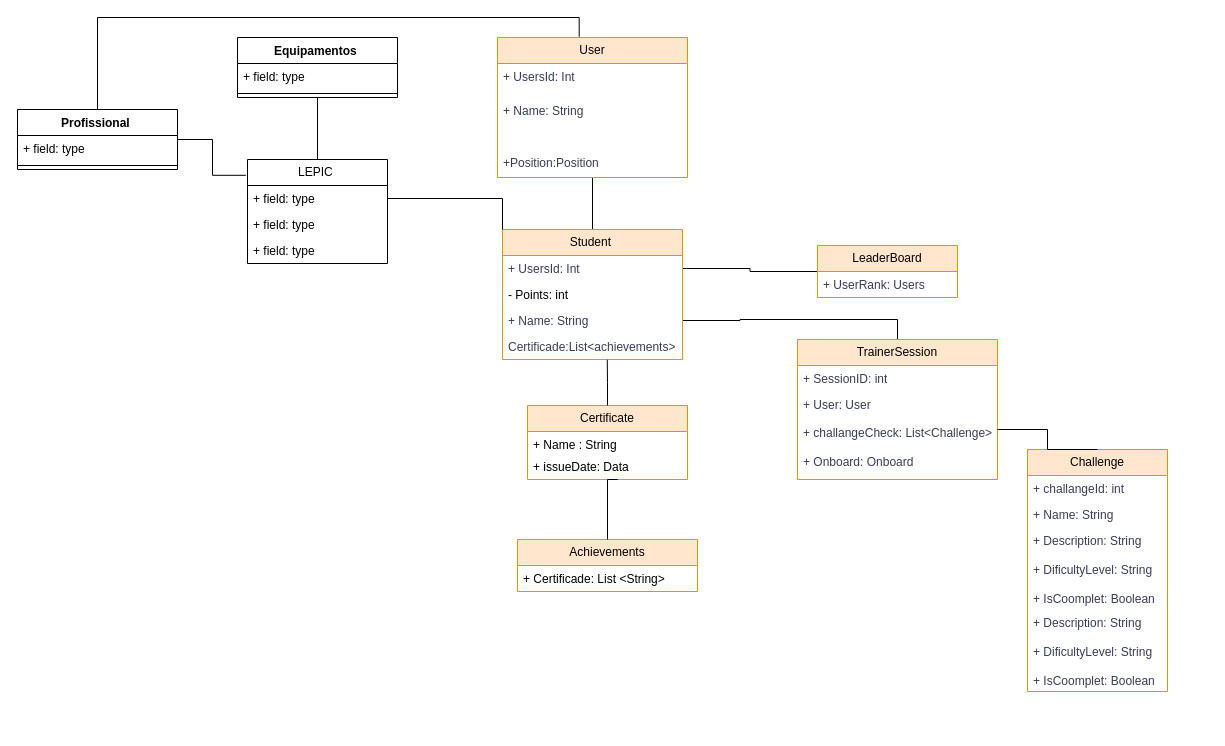
The draw.io diagram src/Model/doc/UML_fiap.drawio in DevCodeMathias/Fiap_challange-2024, before the edit. Source tidied: cells renumbered, new cells numbered last; positions are measured from the earlier drawing's top-left corner, leaving out a move shared by most shapes. Both pictures are drawn from the tidied source at 100%, with x=0, y=0 at pixel (17, 17).
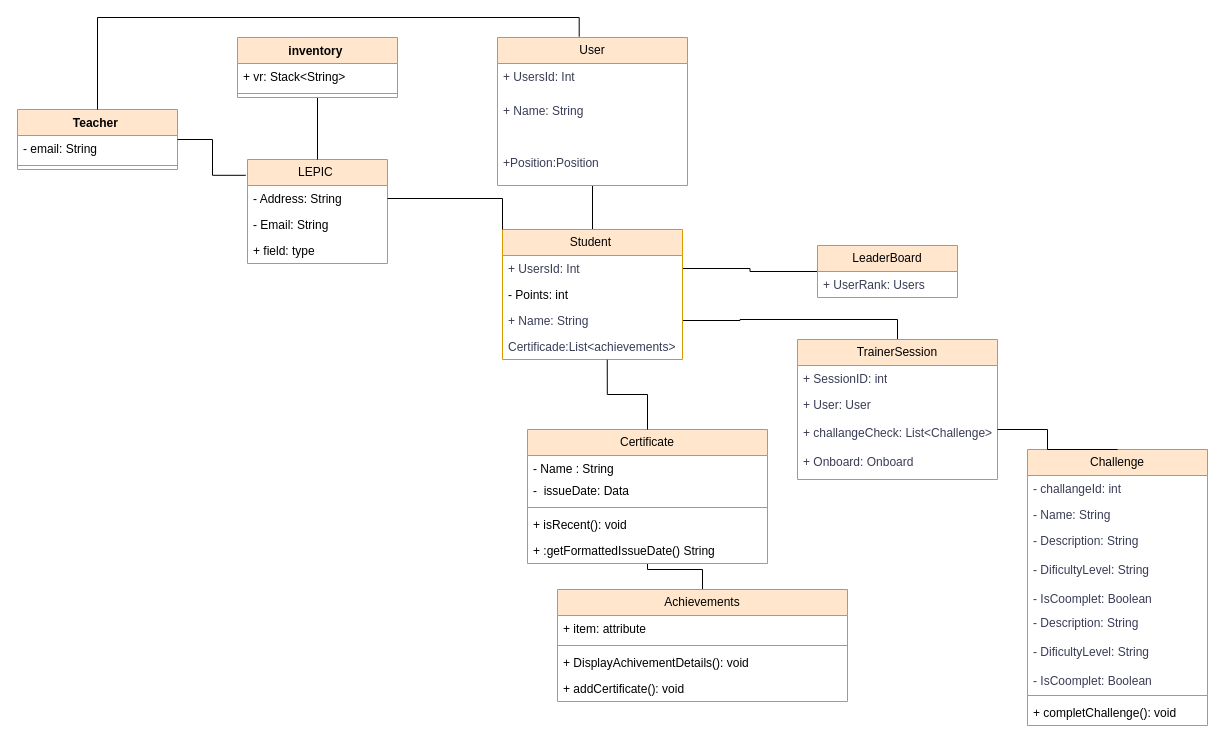
After the change.

Change to the diagram source:
```diff
@@
     <mxCell id="3" value="User" style="swimlane;fontStyle=0;horizontal=1;startSize=26;fillColor=#ffe6cc;whiteSpace=wrap;html=1;labelBackgroundColor=none;strokeColor=#d79b00;" parent="1" vertex="1">
-      <mxGeometry x="480" y="20" width="190" height="140" as="geometry" />
+      <mxGeometry x="480" y="20" width="190" height="148" as="geometry" />
     </mxCell>
@@
     <mxCell id="6" value="&lt;div&gt;&lt;br&gt;&lt;/div&gt;&lt;div&gt;&lt;div&gt;+Position:Position&lt;/div&gt;&lt;/div&gt;" style="text;strokeColor=none;fillColor=none;align=left;verticalAlign=top;spacingLeft=4;spacingRight=4;overflow=hidden;whiteSpace=wrap;html=1;labelBackgroundColor=none;fontColor=#393C56;" parent="3" vertex="1">
-      <mxGeometry y="98" width="190" height="42" as="geometry" />
+      <mxGeometry y="98" width="190" height="50" as="geometry" />
     </mxCell>
@@
     <mxCell id="15" value="Challenge" style="swimlane;fontStyle=0;horizontal=1;startSize=26;fillColor=#ffe6cc;whiteSpace=wrap;html=1;labelBackgroundColor=none;strokeColor=#d79b00;" parent="1" vertex="1">
-      <mxGeometry x="1010" y="432" width="140" height="242" as="geometry" />
+      <mxGeometry x="1010" y="432" width="180" height="276" as="geometry" />
     </mxCell>
-    <mxCell id="16" value="+ challangeId: int" style="text;strokeColor=none;fillColor=none;align=left;verticalAlign=top;spacingLeft=4;spacingRight=4;overflow=hidden;whiteSpace=wrap;html=1;labelBackgroundColor=none;fontColor=#393C56;" parent="15" vertex="1">
-      <mxGeometry y="26" width="140" height="26" as="geometry" />
+    <mxCell id="16" value="- challangeId: int" style="text;strokeColor=none;fillColor=none;align=left;verticalAlign=top;spacingLeft=4;spacingRight=4;overflow=hidden;whiteSpace=wrap;html=1;labelBackgroundColor=none;fontColor=#393C56;" parent="15" vertex="1">
+      <mxGeometry y="26" width="180" height="26" as="geometry" />
     </mxCell>
-    <mxCell id="17" value="+ Name: String" style="text;strokeColor=none;fillColor=none;align=left;verticalAlign=top;spacingLeft=4;spacingRight=4;overflow=hidden;whiteSpace=wrap;html=1;labelBackgroundColor=none;fontColor=#393C56;" parent="15" vertex="1">
-      <mxGeometry y="52" width="140" height="26" as="geometry" />
+    <mxCell id="17" value="- Name: String" style="text;strokeColor=none;fillColor=none;align=left;verticalAlign=top;spacingLeft=4;spacingRight=4;overflow=hidden;whiteSpace=wrap;html=1;labelBackgroundColor=none;fontColor=#393C56;" parent="15" vertex="1">
+      <mxGeometry y="52" width="180" height="26" as="geometry" />
     </mxCell>
-    <mxCell id="18" value="+ Description: String&lt;div&gt;&lt;br&gt;&lt;/div&gt;&lt;div&gt;+ DificultyLevel: String&lt;br&gt;&lt;/div&gt;&lt;div&gt;&lt;br&gt;&lt;/div&gt;&lt;div&gt;+ IsCoomplet: Boolean&lt;br&gt;&lt;/div&gt;" style="text;strokeColor=none;fillColor=none;align=left;verticalAlign=top;spacingLeft=4;spacingRight=4;overflow=hidden;whiteSpace=wrap;html=1;labelBackgroundColor=none;fontColor=#393C56;" parent="15" vertex="1">
-      <mxGeometry y="78" width="140" height="82" as="geometry" />
+    <mxCell id="18" value="- Description: String&lt;div&gt;&lt;br&gt;&lt;/div&gt;&lt;div&gt;- DificultyLevel: String&lt;br&gt;&lt;/div&gt;&lt;div&gt;&lt;br&gt;&lt;/div&gt;&lt;div&gt;- IsCoomplet: Boolean&lt;br&gt;&lt;/div&gt;" style="text;strokeColor=none;fillColor=none;align=left;verticalAlign=top;spacingLeft=4;spacingRight=4;overflow=hidden;whiteSpace=wrap;html=1;labelBackgroundColor=none;fontColor=#393C56;" parent="15" vertex="1">
+      <mxGeometry y="78" width="180" height="82" as="geometry" />
     </mxCell>
-    <mxCell id="19" value="+ Description: String&lt;div&gt;&lt;br&gt;&lt;/div&gt;&lt;div&gt;+ DificultyLevel: String&lt;br&gt;&lt;/div&gt;&lt;div&gt;&lt;br&gt;&lt;/div&gt;&lt;div&gt;+ IsCoomplet: Boolean&lt;br&gt;&lt;/div&gt;" style="text;strokeColor=none;fillColor=none;align=left;verticalAlign=top;spacingLeft=4;spacingRight=4;overflow=hidden;whiteSpace=wrap;html=1;labelBackgroundColor=none;fontColor=#393C56;" parent="15" vertex="1">
-      <mxGeometry y="160" width="140" height="82" as="geometry" />
+    <mxCell id="19" value="- Description: String&lt;div&gt;&lt;br&gt;&lt;/div&gt;&lt;div&gt;- DificultyLevel: String&lt;br&gt;&lt;/div&gt;&lt;div&gt;&lt;br&gt;&lt;/div&gt;&lt;div&gt;- IsCoomplet: Boolean&lt;br&gt;&lt;/div&gt;" style="text;strokeColor=none;fillColor=none;align=left;verticalAlign=top;spacingLeft=4;spacingRight=4;overflow=hidden;whiteSpace=wrap;html=1;labelBackgroundColor=none;fontColor=#393C56;" parent="15" vertex="1">
+      <mxGeometry y="160" width="180" height="82" as="geometry" />
     </mxCell>
+    <mxCell id="47" style="line;strokeWidth=1;fillColor=none;align=left;verticalAlign=middle;spacingTop=-1;spacingLeft=3;spacingRight=3;labelPosition=right;strokeColor=inherit;" parent="15" vertex="1">
+      <mxGeometry y="242" width="180" height="8" as="geometry" />
+    </mxCell>
+    <mxCell id="48" value="+ completChallenge(): void" style="text;strokeColor=none;fillColor=none;align=left;verticalAlign=top;spacingLeft=4;spacingRight=4;overflow=hidden;whiteSpace=wrap;html=1;" parent="15" vertex="1">
+      <mxGeometry y="250" width="180" height="26" as="geometry" />
+    </mxCell>
@@
+    <mxCell id="49" style="edgeStyle=orthogonalEdgeStyle;rounded=0;jettySize=auto;html=1;entryX=0.5;entryY=1;entryDx=0;entryDy=0;endArrow=none;endFill=0;" parent="1" edge="1" source="21" target="23">
+      <mxGeometry relative="1" as="geometry" />
+    </mxCell>
     <mxCell id="21" value="Achievements" style="swimlane;fontStyle=0;horizontal=1;startSize=26;fillColor=#ffe6cc;whiteSpace=wrap;html=1;strokeColor=#d79b00;" parent="1" vertex="1">
-      <mxGeometry x="500" y="522" width="180" height="52" as="geometry" />
+      <mxGeometry x="540" y="572" width="290" height="112" as="geometry" />
     </mxCell>
+    <mxCell id="50" value="+ item: attribute" style="text;strokeColor=none;fillColor=none;align=left;verticalAlign=top;spacingLeft=4;spacingRight=4;overflow=hidden;whiteSpace=wrap;html=1;" parent="21" vertex="1">
+      <mxGeometry y="26" width="290" height="26" as="geometry" />
+    </mxCell>
+    <mxCell id="51" style="line;strokeWidth=1;fillColor=none;align=left;verticalAlign=middle;spacingTop=-1;spacingLeft=3;spacingRight=3;labelPosition=right;strokeColor=inherit;" parent="21" vertex="1">
+      <mxGeometry y="52" width="290" height="8" as="geometry" />
+    </mxCell>
-    <mxCell id="22" value="+ Certificade: List &amp;lt;String&amp;gt;&lt;div&gt;&lt;br&gt;&lt;/div&gt;" style="text;strokeColor=none;fillColor=none;align=left;verticalAlign=top;spacingLeft=4;spacingRight=4;overflow=hidden;whiteSpace=wrap;html=1;" parent="21" vertex="1">
-      <mxGeometry y="26" width="180" height="26" as="geometry" />
+    <mxCell id="22" value="+ DisplayAchivementDetails(): void&amp;nbsp;&amp;nbsp;&lt;div&gt;&lt;br&gt;&lt;/div&gt;" style="text;strokeColor=none;fillColor=none;align=left;verticalAlign=top;spacingLeft=4;spacingRight=4;overflow=hidden;whiteSpace=wrap;html=1;" parent="21" vertex="1">
+      <mxGeometry y="60" width="290" height="26" as="geometry" />
     </mxCell>
+    <mxCell id="52" value="+ addCertificate(): void" style="text;strokeColor=none;fillColor=none;align=left;verticalAlign=top;spacingLeft=4;spacingRight=4;overflow=hidden;whiteSpace=wrap;html=1;" parent="21" vertex="1">
+      <mxGeometry y="86" width="290" height="26" as="geometry" />
+    </mxCell>
     <mxCell id="23" value="Certificate" style="swimlane;fontStyle=0;horizontal=1;startSize=26;fillColor=#ffe6cc;whiteSpace=wrap;html=1;strokeColor=#d79b00;" parent="1" vertex="1">
-      <mxGeometry x="510" y="388" width="160" height="74" as="geometry" />
+      <mxGeometry x="510" y="412" width="240" height="134" as="geometry" />
     </mxCell>
-    <mxCell id="24" value="+ Name : String" style="text;strokeColor=none;fillColor=none;align=left;verticalAlign=top;spacingLeft=4;spacingRight=4;overflow=hidden;whiteSpace=wrap;html=1;" parent="23" vertex="1">
-      <mxGeometry y="26" width="160" height="22" as="geometry" />
+    <mxCell id="24" value="- Name : String" style="text;strokeColor=none;fillColor=none;align=left;verticalAlign=top;spacingLeft=4;spacingRight=4;overflow=hidden;whiteSpace=wrap;html=1;" parent="23" vertex="1">
+      <mxGeometry y="26" width="240" height="22" as="geometry" />
     </mxCell>
-    <mxCell id="25" value="+ issueDate: Data&amp;nbsp;" style="text;strokeColor=none;fillColor=none;align=left;verticalAlign=top;spacingLeft=4;spacingRight=4;overflow=hidden;points=[[0,0.5],[1,0.5]];portConstraint=eastwest;whiteSpace=wrap;html=1;" parent="23" vertex="1">
-      <mxGeometry y="48" width="160" height="26" as="geometry" />
+    <mxCell id="25" value="-&amp;nbsp; issueDate: Data&amp;nbsp;" style="text;strokeColor=none;fillColor=none;align=left;verticalAlign=top;spacingLeft=4;spacingRight=4;overflow=hidden;points=[[0,0.5],[1,0.5]];portConstraint=eastwest;whiteSpace=wrap;html=1;" parent="23" vertex="1">
+      <mxGeometry y="48" width="240" height="26" as="geometry" />
     </mxCell>
+    <mxCell id="53" style="line;strokeWidth=1;fillColor=none;align=left;verticalAlign=middle;spacingTop=-1;spacingLeft=3;spacingRight=3;labelPosition=right;strokeColor=inherit;" parent="23" vertex="1">
+      <mxGeometry y="74" width="240" height="8" as="geometry" />
+    </mxCell>
+    <mxCell id="54" value="+ isRecent(): void&amp;nbsp;" style="text;strokeColor=none;fillColor=none;align=left;verticalAlign=top;spacingLeft=4;spacingRight=4;overflow=hidden;whiteSpace=wrap;html=1;" parent="23" vertex="1">
+      <mxGeometry y="82" width="240" height="26" as="geometry" />
+    </mxCell>
+    <mxCell id="55" value="+ :getFormattedIssueDate() String" style="text;strokeColor=none;fillColor=none;align=left;verticalAlign=top;spacingLeft=4;spacingRight=4;overflow=hidden;whiteSpace=wrap;html=1;" parent="23" vertex="1">
+      <mxGeometry y="108" width="240" height="26" as="geometry" />
+    </mxCell>
@@
-    <mxCell id="31" value="LEPIC&amp;nbsp;" style="swimlane;fontStyle=0;horizontal=1;startSize=26;fillColor=none;whiteSpace=wrap;html=1;" parent="1" vertex="1">
+    <mxCell id="31" value="LEPIC&amp;nbsp;" style="swimlane;fontStyle=0;horizontal=1;startSize=26;fillColor=#ffe6cc;whiteSpace=wrap;html=1;strokeColor=#d79b00;" parent="1" vertex="1">
       <mxGeometry x="230" y="142" width="140" height="104" as="geometry" />
     </mxCell>
-    <mxCell id="32" value="+ field: type" style="text;strokeColor=none;fillColor=none;align=left;verticalAlign=top;spacingLeft=4;spacingRight=4;overflow=hidden;points=[[0,0.5],[1,0.5]];portConstraint=eastwest;whiteSpace=wrap;html=1;" parent="31" vertex="1">
+    <mxCell id="32" value="- Address: String" style="text;strokeColor=none;fillColor=none;align=left;verticalAlign=top;spacingLeft=4;spacingRight=4;overflow=hidden;points=[[0,0.5],[1,0.5]];portConstraint=eastwest;whiteSpace=wrap;html=1;" parent="31" vertex="1">
       <mxGeometry y="26" width="140" height="26" as="geometry" />
     </mxCell>
-    <mxCell id="33" value="+ field: type" style="text;strokeColor=none;fillColor=none;align=left;verticalAlign=top;spacingLeft=4;spacingRight=4;overflow=hidden;whiteSpace=wrap;html=1;" parent="31" vertex="1">
+    <mxCell id="33" value="- Email: String" style="text;strokeColor=none;fillColor=none;align=left;verticalAlign=top;spacingLeft=4;spacingRight=4;overflow=hidden;whiteSpace=wrap;html=1;" parent="31" vertex="1">
       <mxGeometry y="52" width="140" height="26" as="geometry" />
     </mxCell>
@@
-    <mxCell id="36" value="Equipamentos&amp;nbsp;" style="swimlane;fontStyle=1;align=center;verticalAlign=top;horizontal=1;startSize=26;whiteSpace=wrap;html=1;" parent="1" vertex="1">
+    <mxCell id="36" value="inventory&amp;nbsp;" style="swimlane;fontStyle=1;align=center;verticalAlign=top;horizontal=1;startSize=26;whiteSpace=wrap;html=1;fillColor=#ffe6cc;strokeColor=#d79b00;" parent="1" vertex="1">
       <mxGeometry x="220" y="20" width="160" height="60" as="geometry" />
     </mxCell>
-    <mxCell id="37" value="+ field: type" style="text;strokeColor=none;fillColor=none;align=left;verticalAlign=top;spacingLeft=4;spacingRight=4;overflow=hidden;whiteSpace=wrap;html=1;" parent="36" vertex="1">
+    <mxCell id="37" value="+ vr: Stack&amp;lt;String&amp;gt;" style="text;strokeColor=none;fillColor=none;align=left;verticalAlign=top;spacingLeft=4;spacingRight=4;overflow=hidden;whiteSpace=wrap;html=1;" parent="36" vertex="1">
       <mxGeometry y="26" width="160" height="26" as="geometry" />
     </mxCell>
@@
-    <mxCell id="39" value="Profissional&amp;nbsp;" style="swimlane;fontStyle=1;align=center;verticalAlign=top;horizontal=1;startSize=26;whiteSpace=wrap;html=1;" parent="1" vertex="1">
+    <mxCell id="39" value="Teacher&amp;nbsp;" style="swimlane;fontStyle=1;align=center;verticalAlign=top;horizontal=1;startSize=26;whiteSpace=wrap;html=1;fillColor=#ffe6cc;strokeColor=#d79b00;" parent="1" vertex="1">
       <mxGeometry y="92" width="160" height="60" as="geometry" />
     </mxCell>
-    <mxCell id="40" value="+ field: type" style="text;strokeColor=none;fillColor=none;align=left;verticalAlign=top;spacingLeft=4;spacingRight=4;overflow=hidden;whiteSpace=wrap;html=1;" parent="39" vertex="1">
+    <mxCell id="40" value="- email: String" style="text;strokeColor=none;fillColor=none;align=left;verticalAlign=top;spacingLeft=4;spacingRight=4;overflow=hidden;whiteSpace=wrap;html=1;" parent="39" vertex="1">
       <mxGeometry y="26" width="160" height="26" as="geometry" />
     </mxCell>
@@
-    <mxCell id="43" style="edgeStyle=orthogonalEdgeStyle;rounded=0;jettySize=auto;html=1;entryX=0.564;entryY=1;entryDx=0;entryDy=0;entryPerimeter=0;endArrow=none;endFill=0;" parent="1" edge="1" source="21" target="25">
-      <mxGeometry relative="1" as="geometry">
-        <Array as="points">
-          <mxPoint x="590" y="462" />
-        </Array>
-      </mxGeometry>
-    </mxCell>
```
